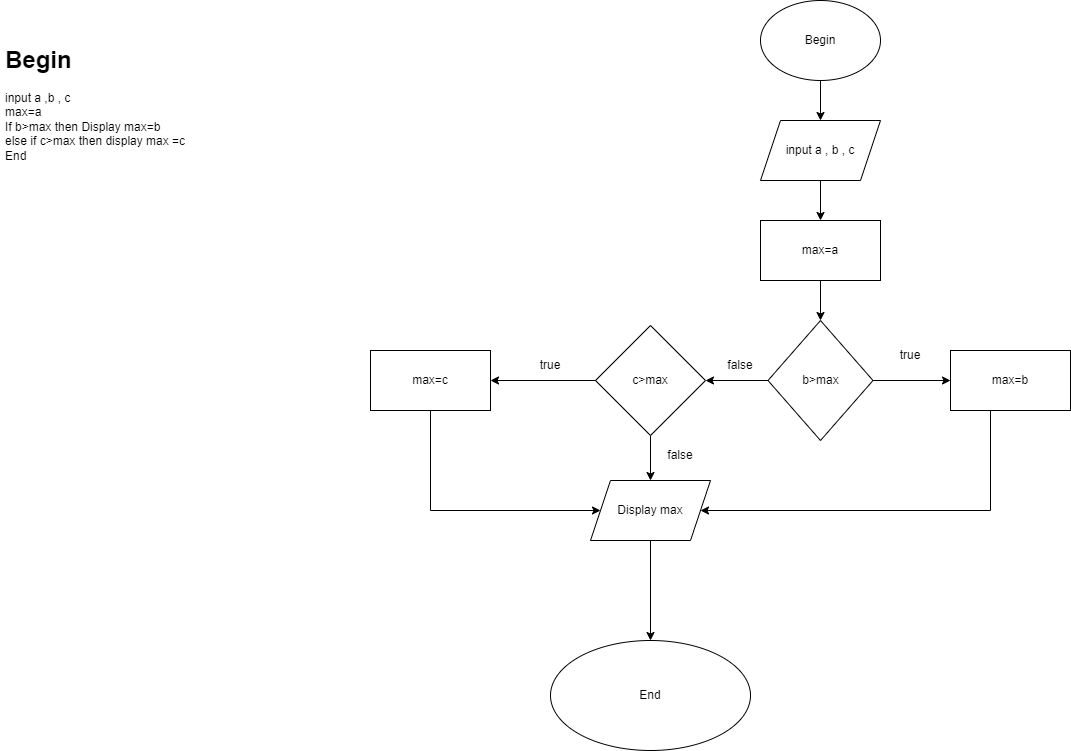
Earlier version of the draw.io export ss3_ma_gia_luu_do/bai3.png (phuoctai0612/c0223g1-maiphuoctai). Source tidied: cells renumbered, new cells last; positions are measured from the earlier drawing's top-left corner, leaving out a move shared by most shapes. Source of this version:
```xml
<mxGraphModel>
  <root>
    <mxCell id="0" />
    <mxCell id="1" parent="0" />
    <mxCell id="2" style="edgeStyle=orthogonalEdgeStyle;rounded=0;jettySize=auto;html=1;" parent="1" edge="1" source="3" target="5">
      <mxGeometry relative="1" as="geometry" />
    </mxCell>
    <mxCell id="3" value="Begin" style="ellipse;whiteSpace=wrap;html=1;" parent="1" vertex="1">
      <mxGeometry x="760" width="120" height="80" as="geometry" />
    </mxCell>
    <mxCell id="4" style="edgeStyle=orthogonalEdgeStyle;rounded=0;jettySize=auto;html=1;" parent="1" edge="1" source="5" target="7">
      <mxGeometry relative="1" as="geometry" />
    </mxCell>
    <mxCell id="5" value="input a , b , c" style="shape=parallelogram;perimeter=parallelogramPerimeter;whiteSpace=wrap;html=1;fixedSize=1;" parent="1" vertex="1">
      <mxGeometry x="760" y="120" width="120" height="60" as="geometry" />
    </mxCell>
    <mxCell id="6" style="edgeStyle=orthogonalEdgeStyle;rounded=0;jettySize=auto;html=1;" parent="1" edge="1" source="7" target="10">
      <mxGeometry relative="1" as="geometry" />
    </mxCell>
    <mxCell id="7" value="max=a" style="rounded=0;whiteSpace=wrap;html=1;" parent="1" vertex="1">
      <mxGeometry x="760" y="220" width="120" height="60" as="geometry" />
    </mxCell>
    <mxCell id="8" style="edgeStyle=orthogonalEdgeStyle;rounded=0;jettySize=auto;html=1;" parent="1" edge="1" source="10">
      <mxGeometry relative="1" as="geometry">
        <mxPoint x="950" y="380" as="targetPoint" />
      </mxGeometry>
    </mxCell>
    <mxCell id="9" style="edgeStyle=orthogonalEdgeStyle;rounded=0;jettySize=auto;html=1;" parent="1" edge="1" source="10" target="16">
      <mxGeometry relative="1" as="geometry" />
    </mxCell>
    <mxCell id="10" value="b&amp;gt;max" style="rhombus;whiteSpace=wrap;html=1;" parent="1" vertex="1">
      <mxGeometry x="767.5" y="320" width="105" height="120" as="geometry" />
    </mxCell>
    <mxCell id="11" style="edgeStyle=orthogonalEdgeStyle;rounded=0;jettySize=auto;html=1;" parent="1" edge="1" target="20">
      <mxGeometry relative="1" as="geometry">
        <mxPoint x="990" y="410" as="sourcePoint" />
        <Array as="points">
          <mxPoint x="990" y="510" />
        </Array>
      </mxGeometry>
    </mxCell>
    <mxCell id="12" value="true" style="text;html=1;strokeColor=none;fillColor=none;align=center;verticalAlign=middle;whiteSpace=wrap;rounded=0;" parent="1" vertex="1">
      <mxGeometry x="880" y="340" width="60" height="30" as="geometry" />
    </mxCell>
    <mxCell id="13" value="false" style="text;html=1;strokeColor=none;fillColor=none;align=center;verticalAlign=middle;whiteSpace=wrap;rounded=0;" parent="1" vertex="1">
      <mxGeometry x="710" y="350" width="60" height="30" as="geometry" />
    </mxCell>
    <mxCell id="14" style="edgeStyle=orthogonalEdgeStyle;rounded=0;jettySize=auto;html=1;" parent="1" edge="1" source="16">
      <mxGeometry relative="1" as="geometry">
        <mxPoint x="490" y="380" as="targetPoint" />
      </mxGeometry>
    </mxCell>
    <mxCell id="15" style="edgeStyle=orthogonalEdgeStyle;rounded=0;jettySize=auto;html=1;" parent="1" edge="1" source="16" target="20">
      <mxGeometry relative="1" as="geometry" />
    </mxCell>
    <mxCell id="16" value="c&amp;gt;max" style="rhombus;whiteSpace=wrap;html=1;" parent="1" vertex="1">
      <mxGeometry x="595" y="325" width="110" height="110" as="geometry" />
    </mxCell>
    <mxCell id="17" style="edgeStyle=orthogonalEdgeStyle;rounded=0;jettySize=auto;html=1;" parent="1" edge="1" target="20">
      <mxGeometry relative="1" as="geometry">
        <mxPoint x="430" y="410" as="sourcePoint" />
        <Array as="points">
          <mxPoint x="430" y="510" />
        </Array>
      </mxGeometry>
    </mxCell>
    <mxCell id="18" value="true" style="text;html=1;strokeColor=none;fillColor=none;align=center;verticalAlign=middle;whiteSpace=wrap;rounded=0;" parent="1" vertex="1">
      <mxGeometry x="520" y="350" width="60" height="30" as="geometry" />
    </mxCell>
    <mxCell id="19" style="edgeStyle=orthogonalEdgeStyle;rounded=0;jettySize=auto;html=1;" parent="1" edge="1" source="20" target="22">
      <mxGeometry relative="1" as="geometry" />
    </mxCell>
    <mxCell id="20" value="Display max" style="shape=parallelogram;perimeter=parallelogramPerimeter;whiteSpace=wrap;html=1;fixedSize=1;" parent="1" vertex="1">
      <mxGeometry x="590" y="480" width="120" height="60" as="geometry" />
    </mxCell>
    <mxCell id="21" value="false" style="text;html=1;strokeColor=none;fillColor=none;align=center;verticalAlign=middle;whiteSpace=wrap;rounded=0;" parent="1" vertex="1">
      <mxGeometry x="650" y="440" width="60" height="30" as="geometry" />
    </mxCell>
    <mxCell id="22" value="End" style="ellipse;whiteSpace=wrap;html=1;" parent="1" vertex="1">
      <mxGeometry x="550" y="640" width="200" height="110" as="geometry" />
    </mxCell>
    <mxCell id="23" value="&lt;h1&gt;Begin&lt;/h1&gt;&lt;div&gt;input a ,b , c&lt;/div&gt;&lt;div&gt;&lt;span style=&quot;background-color: initial;&quot;&gt;max=a&lt;/span&gt;&lt;/div&gt;&lt;div&gt;If b&amp;gt;max&amp;nbsp;&lt;span style=&quot;background-color: initial;&quot;&gt;then&amp;nbsp;&lt;/span&gt;&lt;span style=&quot;background-color: initial;&quot;&gt;Display max=b&lt;/span&gt;&lt;/div&gt;&lt;div&gt;else if c&amp;gt;max&amp;nbsp;&lt;span style=&quot;background-color: initial;&quot;&gt;then display max =c&lt;/span&gt;&lt;/div&gt;&lt;div&gt;End&lt;/div&gt;" style="text;html=1;strokeColor=none;fillColor=none;spacing=5;spacingTop=-20;whiteSpace=wrap;overflow=hidden;rounded=0;" parent="1" vertex="1">
      <mxGeometry y="40" width="360" height="520" as="geometry" />
    </mxCell>
    <mxCell id="24" value="max=b" style="rounded=0;whiteSpace=wrap;html=1;" parent="1" vertex="1">
      <mxGeometry x="950" y="350" width="120" height="60" as="geometry" />
    </mxCell>
    <mxCell id="25" value="max=c" style="rounded=0;whiteSpace=wrap;html=1;" parent="1" vertex="1">
      <mxGeometry x="370" y="350" width="120" height="60" as="geometry" />
    </mxCell>
  </root>
</mxGraphModel>
```
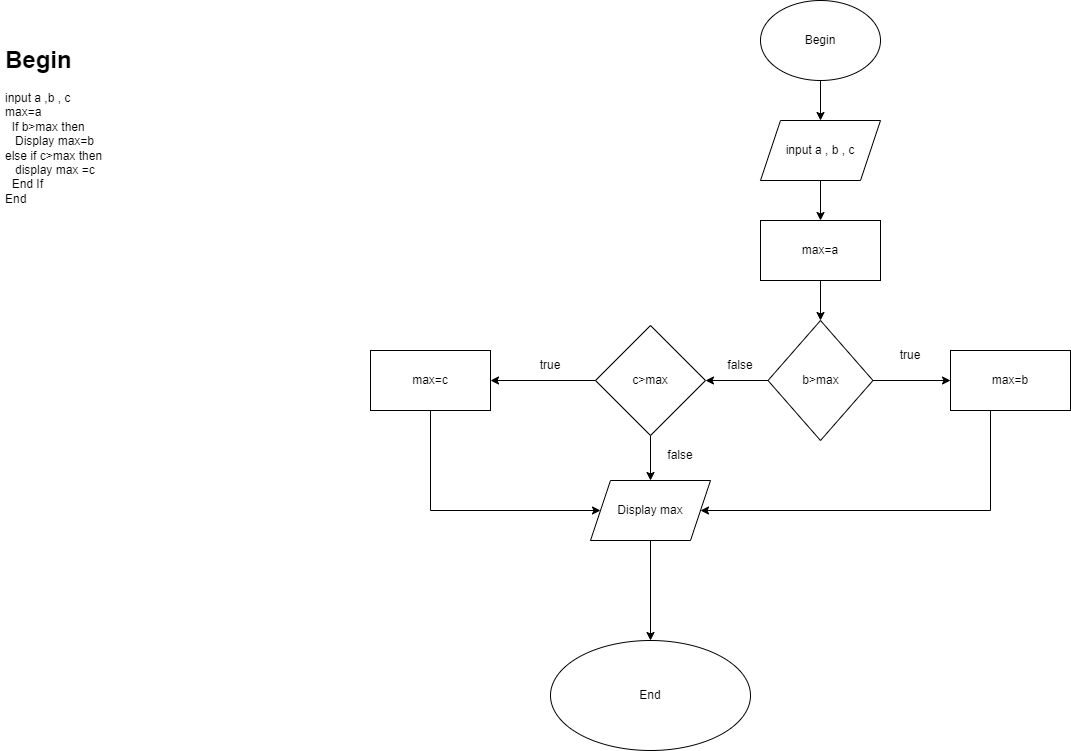
The same file after the commit.

The edit, as a diff of the source:
```diff
@@ -79,7 +79,7 @@
     <mxCell id="22" value="End" style="ellipse;whiteSpace=wrap;html=1;" parent="1" vertex="1">
       <mxGeometry x="550" y="640" width="200" height="110" as="geometry" />
     </mxCell>
-    <mxCell id="23" value="&lt;h1&gt;Begin&lt;/h1&gt;&lt;div&gt;input a ,b , c&lt;/div&gt;&lt;div&gt;&lt;span style=&quot;background-color: initial;&quot;&gt;max=a&lt;/span&gt;&lt;/div&gt;&lt;div&gt;If b&amp;gt;max&amp;nbsp;&lt;span style=&quot;background-color: initial;&quot;&gt;then&amp;nbsp;&lt;/span&gt;&lt;span style=&quot;background-color: initial;&quot;&gt;Display max=b&lt;/span&gt;&lt;/div&gt;&lt;div&gt;else if c&amp;gt;max&amp;nbsp;&lt;span style=&quot;background-color: initial;&quot;&gt;then display max =c&lt;/span&gt;&lt;/div&gt;&lt;div&gt;End&lt;/div&gt;" style="text;html=1;strokeColor=none;fillColor=none;spacing=5;spacingTop=-20;whiteSpace=wrap;overflow=hidden;rounded=0;" parent="1" vertex="1">
+    <mxCell id="23" value="&lt;h1&gt;Begin&lt;/h1&gt;&lt;div&gt;input a ,b , c&lt;/div&gt;&lt;div&gt;&lt;span style=&quot;background-color: initial;&quot;&gt;max=a&lt;/span&gt;&lt;/div&gt;&lt;div&gt;&amp;nbsp; If b&amp;gt;max&amp;nbsp;&lt;span style=&quot;background-color: initial;&quot;&gt;then&amp;nbsp;&lt;/span&gt;&lt;/div&gt;&lt;div&gt;&lt;span style=&quot;background-color: initial;&quot;&gt;&amp;nbsp; &amp;nbsp;Display max=b&lt;/span&gt;&lt;/div&gt;&lt;div&gt;else if c&amp;gt;max&amp;nbsp;&lt;span style=&quot;background-color: initial;&quot;&gt;then&amp;nbsp;&amp;nbsp;&lt;/span&gt;&lt;/div&gt;&lt;div&gt;&lt;span style=&quot;background-color: initial;&quot;&gt;&amp;nbsp; &amp;nbsp;display max =c&lt;/span&gt;&lt;/div&gt;&lt;div&gt;&lt;span style=&quot;background-color: initial;&quot;&gt;&amp;nbsp; End If&lt;/span&gt;&lt;/div&gt;&lt;div&gt;End&lt;/div&gt;" style="text;html=1;strokeColor=none;fillColor=none;spacing=5;spacingTop=-20;whiteSpace=wrap;overflow=hidden;rounded=0;" parent="1" vertex="1">
       <mxGeometry y="40" width="360" height="520" as="geometry" />
     </mxCell>
     <mxCell id="24" value="max=b" style="rounded=0;whiteSpace=wrap;html=1;" parent="1" vertex="1">
```
